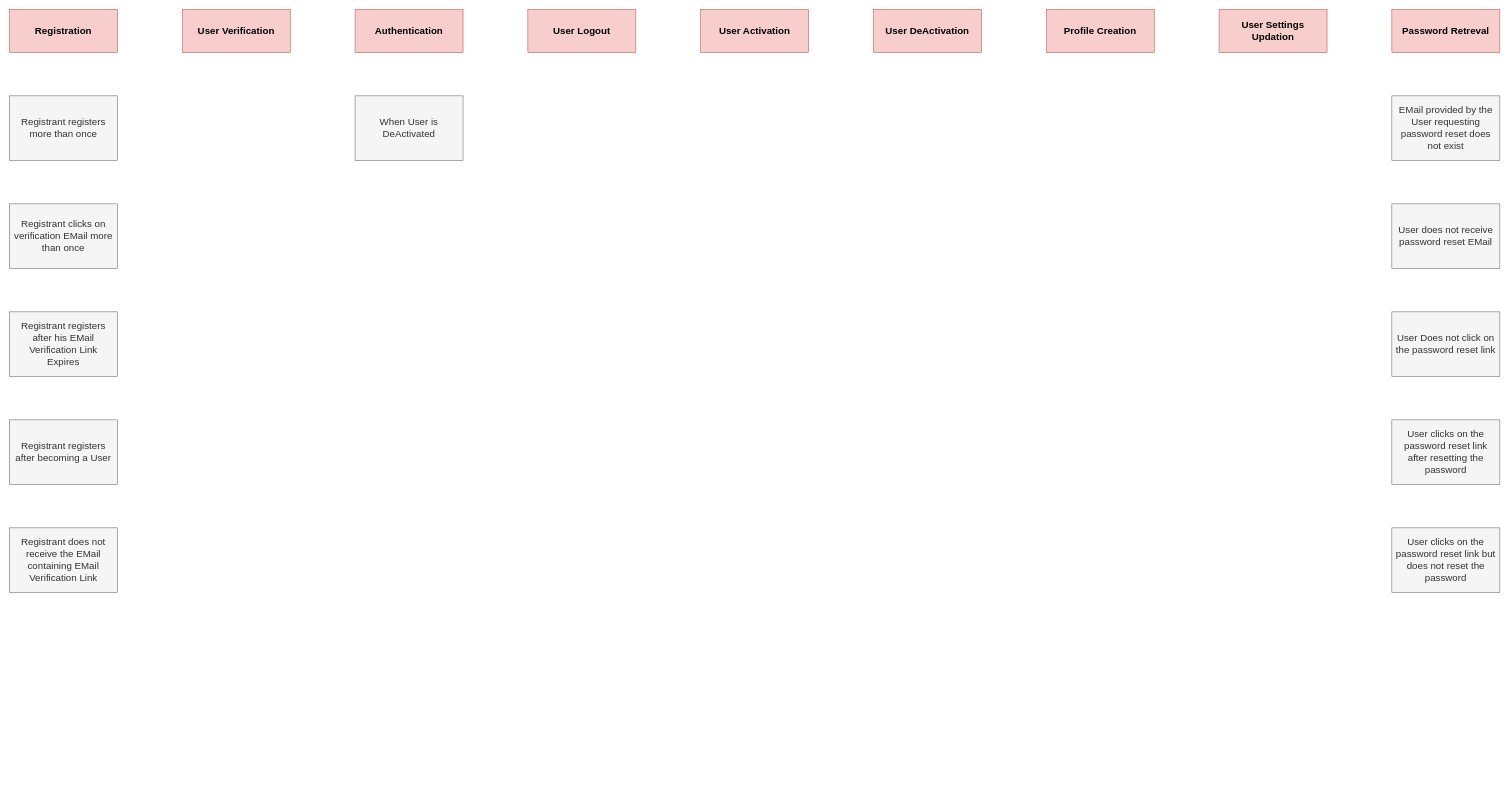
The draw.io diagram page "IdentityAccess-ExampleMapping" (6 of 7) of design/EventStorming.drawio in codefinity/oeuvre, before the edit. Source tidied: cells renumbered, new cells numbered last; positions are measured from the earlier drawing's top-left corner, leaving out a move shared by most shapes. Both pictures are drawn from the tidied source at 54%, with x=0, y=0 at pixel (9, 9).
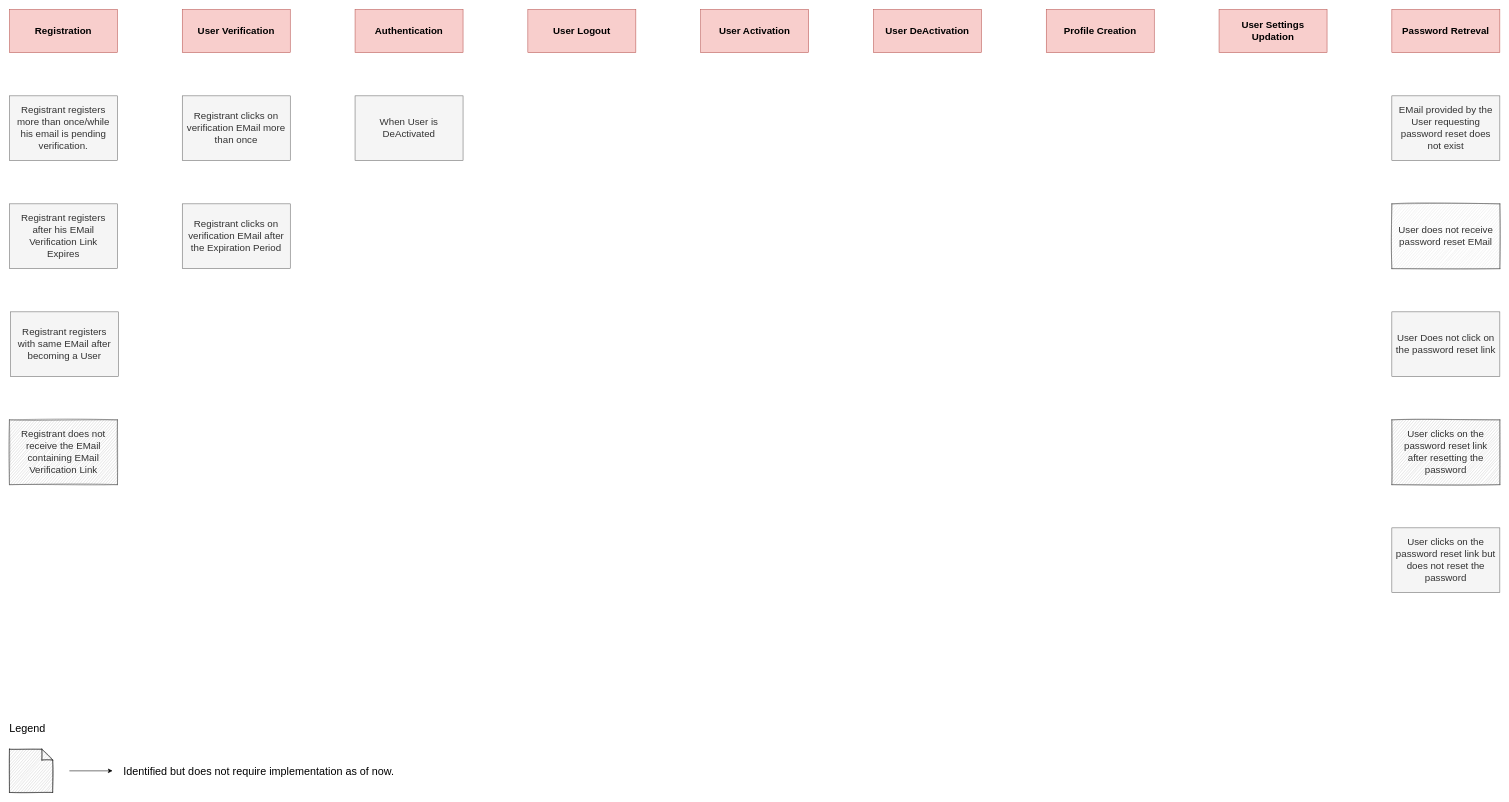
After the change.

The edit, as a diff of the source:
```diff
@@
-    <mxCell id="10" value="Registrant registers more than once" style="rounded=0;whiteSpace=wrap;html=1;fontSize=18;fillColor=#f5f5f5;strokeColor=#666666;fontColor=#333333;" parent="1" vertex="1">
+    <mxCell id="10" value="Registrant registers more than once/while his email is pending verification." style="rounded=0;whiteSpace=wrap;html=1;fontSize=18;fillColor=#f5f5f5;strokeColor=#666666;fontColor=#333333;" parent="1" vertex="1">
       <mxGeometry y="160" width="200" height="120" as="geometry" />
     </mxCell>
@@
     <mxCell id="12" value="Registrant clicks on verification EMail more than once" style="rounded=0;whiteSpace=wrap;html=1;fontSize=18;fillColor=#f5f5f5;strokeColor=#666666;fontColor=#333333;" parent="1" vertex="1">
-      <mxGeometry y="360" width="200" height="120" as="geometry" />
+      <mxGeometry x="320" y="160" width="200" height="120" as="geometry" />
     </mxCell>
-    <mxCell id="13" value="Registrant registers after becoming a User" style="rounded=0;whiteSpace=wrap;html=1;fontSize=18;fillColor=#f5f5f5;strokeColor=#666666;fontColor=#333333;spacing=6;" parent="1" vertex="1">
-      <mxGeometry y="760" width="200" height="120" as="geometry" />
+    <mxCell id="13" value="Registrant registers with same EMail after becoming a User" style="rounded=0;whiteSpace=wrap;html=1;fontSize=18;fillColor=#f5f5f5;strokeColor=#666666;fontColor=#333333;spacing=6;" parent="1" vertex="1">
+      <mxGeometry x="2" y="560" width="200" height="120" as="geometry" />
     </mxCell>
     <mxCell id="14" value="Registrant registers after his EMail Verification Link Expires" style="rounded=0;whiteSpace=wrap;html=1;fontSize=18;fillColor=#f5f5f5;strokeColor=#666666;fontColor=#333333;spacing=6;" parent="1" vertex="1">
-      <mxGeometry y="560" width="200" height="120" as="geometry" />
+      <mxGeometry y="360" width="200" height="120" as="geometry" />
     </mxCell>
-    <mxCell id="15" value="Registrant does not receive the EMail containing EMail Verification Link" style="rounded=0;whiteSpace=wrap;html=1;fontSize=18;fillColor=#f5f5f5;strokeColor=#666666;fontColor=#333333;spacing=6;" parent="1" vertex="1">
-      <mxGeometry y="960" width="200" height="120" as="geometry" />
+    <mxCell id="15" value="Registrant does not receive the EMail containing EMail Verification Link" style="rounded=0;whiteSpace=wrap;html=1;fontSize=18;strokeColor=#666666;fontColor=#333333;spacing=6;shadow=0;sketch=1;fillColor=#CCCCCC;" parent="1" vertex="1">
+      <mxGeometry y="760" width="200" height="120" as="geometry" />
     </mxCell>
@@
-    <mxCell id="18" value="User does not receive password reset EMail" style="rounded=0;whiteSpace=wrap;html=1;fontSize=18;fillColor=#f5f5f5;strokeColor=#666666;fontColor=#333333;spacing=6;" parent="1" vertex="1">
+    <mxCell id="18" value="User does not receive password reset EMail" style="rounded=0;whiteSpace=wrap;html=1;fontSize=18;strokeColor=#666666;fontColor=#333333;spacing=6;shadow=0;sketch=1;fillColor=#E6E6E6;" parent="1" vertex="1">
       <mxGeometry x="2560" y="360" width="200" height="120" as="geometry" />
     </mxCell>
@@
-    <mxCell id="20" value="User clicks on the password reset link after resetting the password" style="rounded=0;whiteSpace=wrap;html=1;fontSize=18;fillColor=#f5f5f5;strokeColor=#666666;fontColor=#333333;spacing=6;" parent="1" vertex="1">
+    <mxCell id="20" value="User clicks on the password reset link after resetting the password" style="rounded=0;whiteSpace=wrap;html=1;fontSize=18;strokeColor=#666666;fontColor=#333333;spacing=6;shadow=0;fillColor=#CCCCCC;sketch=1;" parent="1" vertex="1">
       <mxGeometry x="2560" y="760" width="200" height="120" as="geometry" />
     </mxCell>
@@
+    <mxCell id="22" style="shape=note;size=20;whiteSpace=wrap;html=1;shadow=0;perimeterSpacing=0;sketch=1;strokeColor=#333333;fillColor=#CCCCCC;" parent="1" vertex="1">
+      <mxGeometry y="1370" width="80" height="80" as="geometry" />
+    </mxCell>
+    <mxCell id="23" value="Legend" style="text;html=1;strokeColor=none;fillColor=none;align=center;verticalAlign=middle;whiteSpace=wrap;rounded=0;shadow=0;sketch=1;fontSize=20;" parent="1" vertex="1">
+      <mxGeometry x="2" y="1320" width="63" height="20" as="geometry" />
+    </mxCell>
+    <mxCell id="24" style="endArrow=classic;html=1;fontSize=14;" parent="1" edge="1">
+      <mxGeometry relative="1" as="geometry">
+        <mxPoint x="111" y="1410" as="sourcePoint" />
+        <mxPoint x="191" y="1410" as="targetPoint" />
+      </mxGeometry>
+    </mxCell>
+    <mxCell id="25" value="Identified but does not require implementation as of now." style="text;html=1;strokeColor=none;fillColor=none;align=center;verticalAlign=middle;whiteSpace=wrap;rounded=0;shadow=0;sketch=1;fontSize=20;" parent="1" vertex="1">
+      <mxGeometry x="204" y="1400" width="516" height="20" as="geometry" />
+    </mxCell>
+    <mxCell id="26" value="Registrant clicks on verification EMail after the Expiration Period" style="rounded=0;whiteSpace=wrap;html=1;fontSize=18;fillColor=#f5f5f5;strokeColor=#666666;fontColor=#333333;" parent="1" vertex="1">
+      <mxGeometry x="320" y="360" width="200" height="120" as="geometry" />
+    </mxCell>
```
